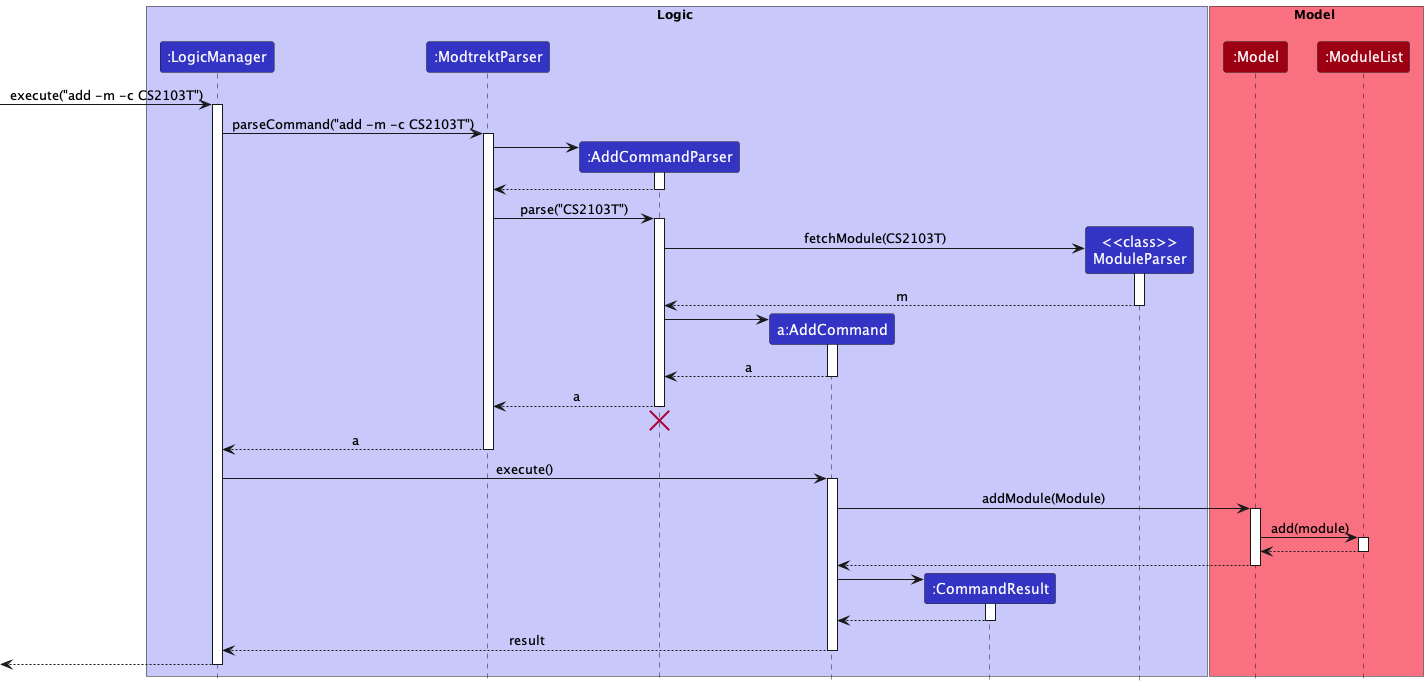
Earlier version of the PlantUML export docs/images/ModulePUMLs/AddModule/ModuleAddSequenceDiagram.png (nus-cs2103-AY2223S1/tp).
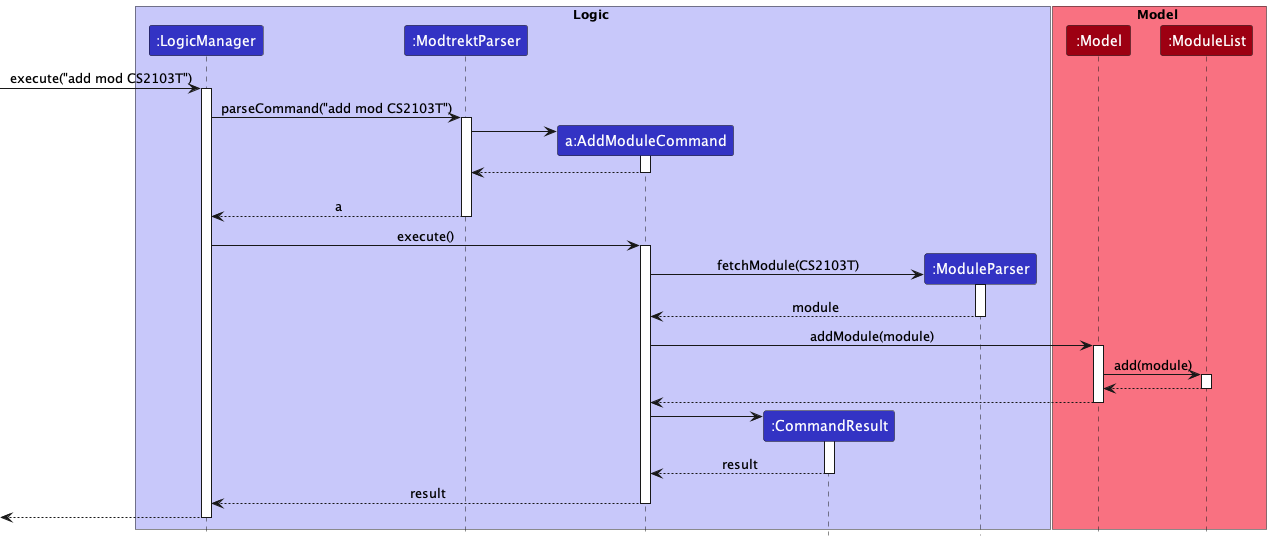
The same diagram one commit later.

Commit message:
refactor UG and diagrams for task and module adding

What changed in the source:
```diff
@@ -4,10 +4,9 @@
 box Logic LOGIC_COLOR_T1
 participant ":LogicManager" as LogicManager LOGIC_COLOR
 participant ":ModtrektParser" as ModtrektParser LOGIC_COLOR
-participant ":AddCommandParser" as AddCommandParser LOGIC_COLOR
-participant "a:AddCommand" as AddCommand LOGIC_COLOR
+participant "a:AddModuleCommand" as AddModuleCommand LOGIC_COLOR
 participant ":CommandResult" as CommandResult LOGIC_COLOR
-participant "<<class>>\nModuleParser" as ModuleParser LOGIC_COLOR
+participant ":ModuleParser" as ModuleParser LOGIC_COLOR
 
 end box
 
@@ -16,48 +15,35 @@
 participant ":ModuleList" as ModuleList MODEL_COLOR
 end box
 
-[-> LogicManager : execute("add -m -c CS2103T")
+[-> LogicManager : execute("add mod CS2103T")
 activate LogicManager
 
-LogicManager -> ModtrektParser : parseCommand("add -m -c CS2103T")
+LogicManager -> ModtrektParser : parseCommand("add mod CS2103T")
 activate ModtrektParser
 
-create AddCommandParser
-ModtrektParser -> AddCommandParser
-activate AddCommandParser
+create AddModuleCommand
+ModtrektParser -> AddModuleCommand
+activate AddModuleCommand
 
-AddCommandParser --> ModtrektParser
-deactivate AddCommandParser
+AddModuleCommand --> ModtrektParser
+deactivate AddModuleCommand
 
-ModtrektParser -> AddCommandParser : parse("CS2103T")
-activate AddCommandParser
-
-create ModuleParser
-AddCommandParser -> ModuleParser : fetchModule(CS2103T)
-activate ModuleParser
-
-ModuleParser --> AddCommandParser : m
-deactivate ModuleParser
-
-create AddCommand
-AddCommandParser -> AddCommand
-activate AddCommand
-
-AddCommand --> AddCommandParser : a
-deactivate AddCommand
-
-AddCommandParser --> ModtrektParser : a
-deactivate AddCommandParser
-AddCommandParser -[hidden]-> ModtrektParser
-destroy AddCommandParser
+AddModuleCommand -[hidden]-> ModtrektParser
 
 ModtrektParser --> LogicManager : a
 deactivate ModtrektParser
 
-LogicManager -> AddCommand : execute()
-activate AddCommand
+LogicManager -> AddModuleCommand : execute()
+activate AddModuleCommand
 
-AddCommand -> Model : addModule(Module)
+create ModuleParser
+AddModuleCommand -> ModuleParser : fetchModule(CS2103T)
+activate ModuleParser
+
+ModuleParser --> AddModuleCommand : module
+deactivate ModuleParser
+
+AddModuleCommand -> Model : addModule(module)
 activate Model
 
 Model -> ModuleList : add(module)
@@ -66,18 +52,18 @@
 ModuleList --> Model
 deactivate ModuleList
 
-Model --> AddCommand
+Model --> AddModuleCommand
 deactivate Model
 
 create CommandResult
-AddCommand -> CommandResult
+AddModuleCommand -> CommandResult
 activate CommandResult
 
-CommandResult --> AddCommand
+CommandResult --> AddModuleCommand : result
 deactivate CommandResult
 
-AddCommand --> LogicManager : result
-deactivate AddCommand
+AddModuleCommand --> LogicManager : result
+deactivate AddModuleCommand
 
 [<--LogicManager
 deactivate LogicManager
```
